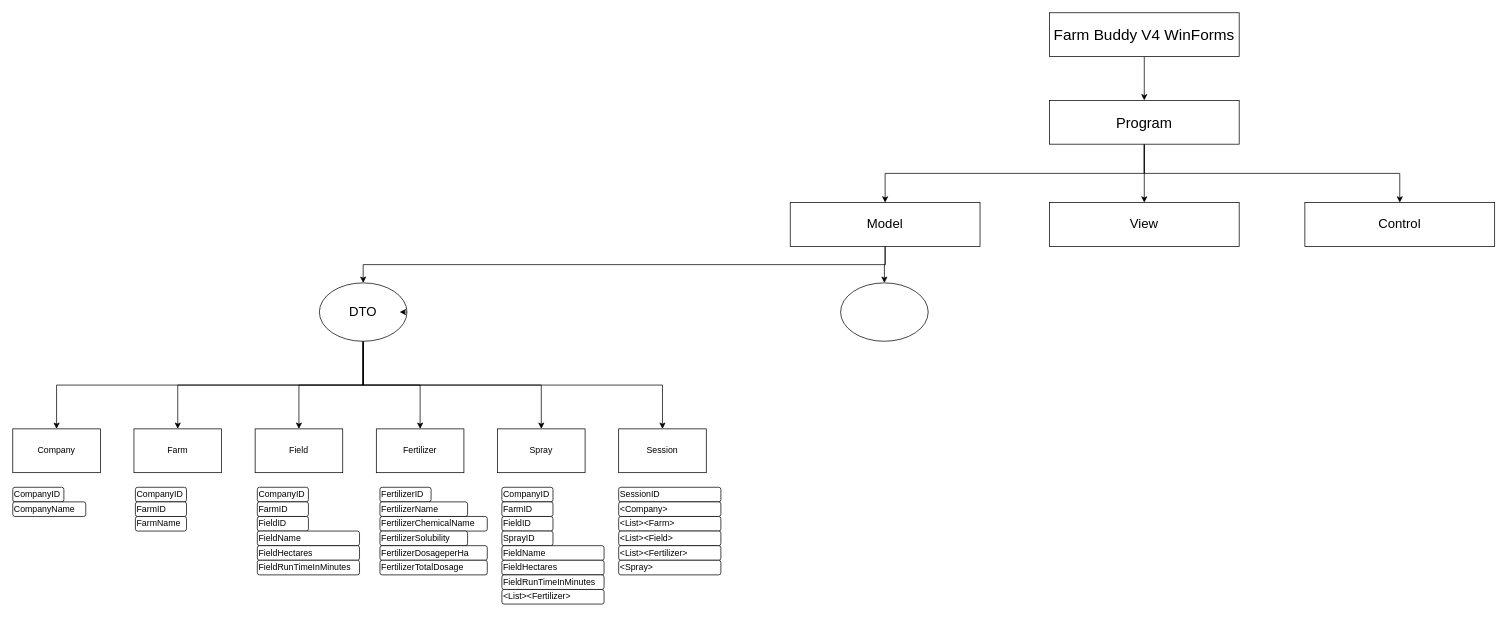
Earlier version of the draw.io diagram FarmBuddyV4WinForms_Models.drawio (seepster/FarmBuddyV4WinForms). Source tidied: cells renumbered, new cells numbered last; positions are measured from the earlier drawing's top-left corner, leaving out a move shared by most shapes. Both pictures are drawn from the tidied source at 73%, with x=0, y=0 at pixel (12, 12).
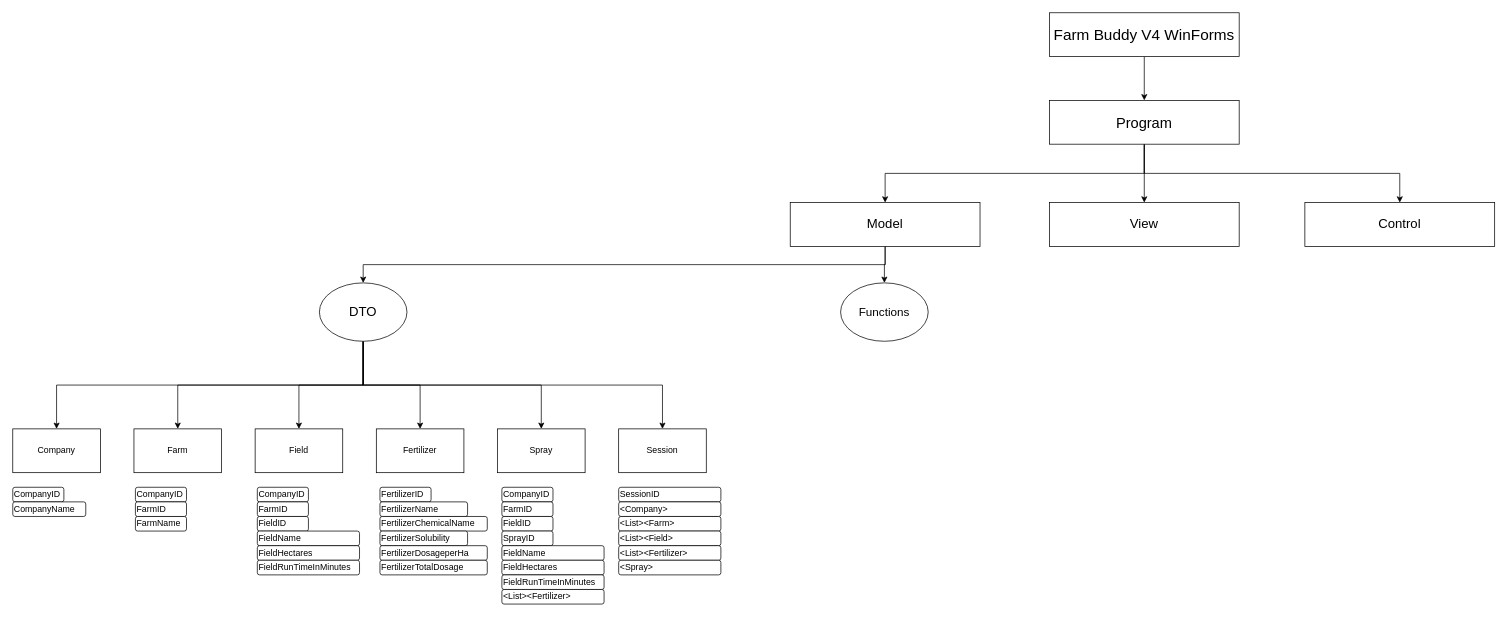
After the change.

The change refers to these unchanged cells:
```xml
<mxCell id="48" value="DTO" style="ellipse;whiteSpace=wrap;html=1;fontSize=18;" parent="1" vertex="1">
  <mxGeometry x="420" y="370" width="120" height="80" as="geometry" />
</mxCell>
```

Change to the diagram source:
```diff
@@
-    <mxCell id="49" style="edgeStyle=orthogonalEdgeStyle;rounded=0;orthogonalLoop=1;jettySize=auto;html=1;exitX=1;exitY=0.5;exitDx=0;exitDy=0;entryX=0.917;entryY=0.507;entryDx=0;entryDy=0;entryPerimeter=0;" parent="1" edge="1" source="48" target="48">
-      <mxGeometry relative="1" as="geometry" />
-    </mxCell>
-    <mxCell id="50" style="ellipse;whiteSpace=wrap;html=1;" parent="1" vertex="1">
+    <mxCell id="50" value="Functions" style="ellipse;whiteSpace=wrap;html=1;fontSize=16;" parent="1" vertex="1">
       <mxGeometry x="1134" y="370" width="120" height="80" as="geometry" />
     </mxCell>
```
